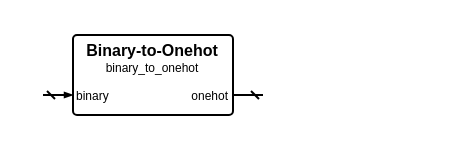
This is sources/encoding/onehot/binary_to_onehot.symbol.drawio from Louis-DR/OmniCores-BuildingBlocks, a draw.io file, before an edit. Source tidied: cells renumbered, new cells numbered last; positions are measured from the earlier drawing's top-left corner, leaving out a move shared by most shapes. Both pictures are drawn from the tidied source at 200%, with x=0, y=0 at pixel (42, 34).
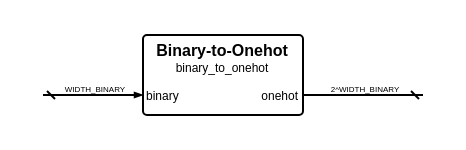
After the change.

Change to the diagram source:
```diff
@@
 <mxGraphModel>
   <root>
     <mxCell id="0" />
     <mxCell id="1" parent="0" />
     <mxCell id="2" style="group;" parent="1" vertex="1">
-      <mxGeometry width="110" height="40" as="geometry" />
+      <mxGeometry width="190" height="40" as="geometry" />
     </mxCell>
     <mxCell id="3" style="rounded=1;arcSize=5;fillColor=none;strokeWidth=1;strokeColor=black;whiteSpace=wrap;html=1;" parent="2" vertex="1">
-      <mxGeometry x="15" width="80" height="40" as="geometry" />
+      <mxGeometry x="50" width="80" height="40" as="geometry" />
     </mxCell>
     <mxCell id="4" value="Binary-to-Onehot" style="text;html=1;align=center;verticalAlign=middle;whiteSpace=wrap;rounded=0;fontSize=8;fontStyle=1;fontColor=black;" parent="2" vertex="1">
-      <mxGeometry x="15" y="7" width="80" as="geometry" />
+      <mxGeometry x="50" y="7" width="80" as="geometry" />
     </mxCell>
     <mxCell id="5" value="binary_to_onehot" style="text;html=1;align=center;verticalAlign=middle;whiteSpace=wrap;rounded=0;fontSize=6;fontStyle=0;fontColor=black;" parent="2" vertex="1">
-      <mxGeometry x="15" y="16" width="80" as="geometry" />
+      <mxGeometry x="50" y="16" width="80" as="geometry" />
     </mxCell>
     <mxCell id="6" value="binary" style="text;html=1;align=left;verticalAlign=middle;whiteSpace=wrap;rounded=0;fontSize=6;fontStyle=0;fontColor=black;" parent="2" vertex="1">
-      <mxGeometry x="15" y="30" width="80" as="geometry" />
+      <mxGeometry x="50" y="30" width="80" as="geometry" />
     </mxCell>
     <mxCell id="7" style="html=1;rounded=1;strokeWidth=1;strokeColor=black;startFill=0;startSize=2;startArrow=dash;endFill=1;endSize=2;endArrow=blockThin;sourcePerimeterSpacing=0;" parent="2" edge="1">
       <mxGeometry relative="1" as="geometry">
         <mxPoint y="30" as="sourcePoint" />
-        <mxPoint x="15" y="30" as="targetPoint" />
+        <mxPoint x="50" y="30" as="targetPoint" />
       </mxGeometry>
     </mxCell>
+    <mxCell id="10" value="WIDTH_BINARY" style="text;html=1;align=center;verticalAlign=middle;whiteSpace=nowrap;rounded=0;fontSize=4;fontStyle=0;fontColor=black;" parent="2" vertex="1">
+      <mxGeometry x="25" y="27" as="geometry" />
+    </mxCell>
     <mxCell id="8" value="onehot" style="text;html=1;align=right;verticalAlign=middle;whiteSpace=wrap;rounded=0;fontSize=6;fontStyle=0;fontColor=black;" parent="2" vertex="1">
-      <mxGeometry x="15" y="30" width="80" as="geometry" />
+      <mxGeometry x="50" y="30" width="80" as="geometry" />
     </mxCell>
     <mxCell id="9" style="html=1;rounded=1;strokeWidth=1;strokeColor=black;startFill=0;startSize=2;startArrow=dash;endFill=1;endSize=2;endArrow=none;sourcePerimeterSpacing=0;" parent="2" edge="1">
       <mxGeometry relative="1" as="geometry">
-        <mxPoint x="110" y="30" as="sourcePoint" />
-        <mxPoint x="95" y="30" as="targetPoint" />
+        <mxPoint x="190" y="30" as="sourcePoint" />
+        <mxPoint x="130" y="30" as="targetPoint" />
       </mxGeometry>
     </mxCell>
+    <mxCell id="11" value="2^WIDTH_BINARY" style="text;html=1;align=center;verticalAlign=middle;whiteSpace=nowrap;rounded=0;fontSize=4;fontStyle=0;fontColor=black;" parent="2" vertex="1">
+      <mxGeometry x="160" y="27" as="geometry" />
+    </mxCell>
   </root>
 </mxGraphModel>
```
